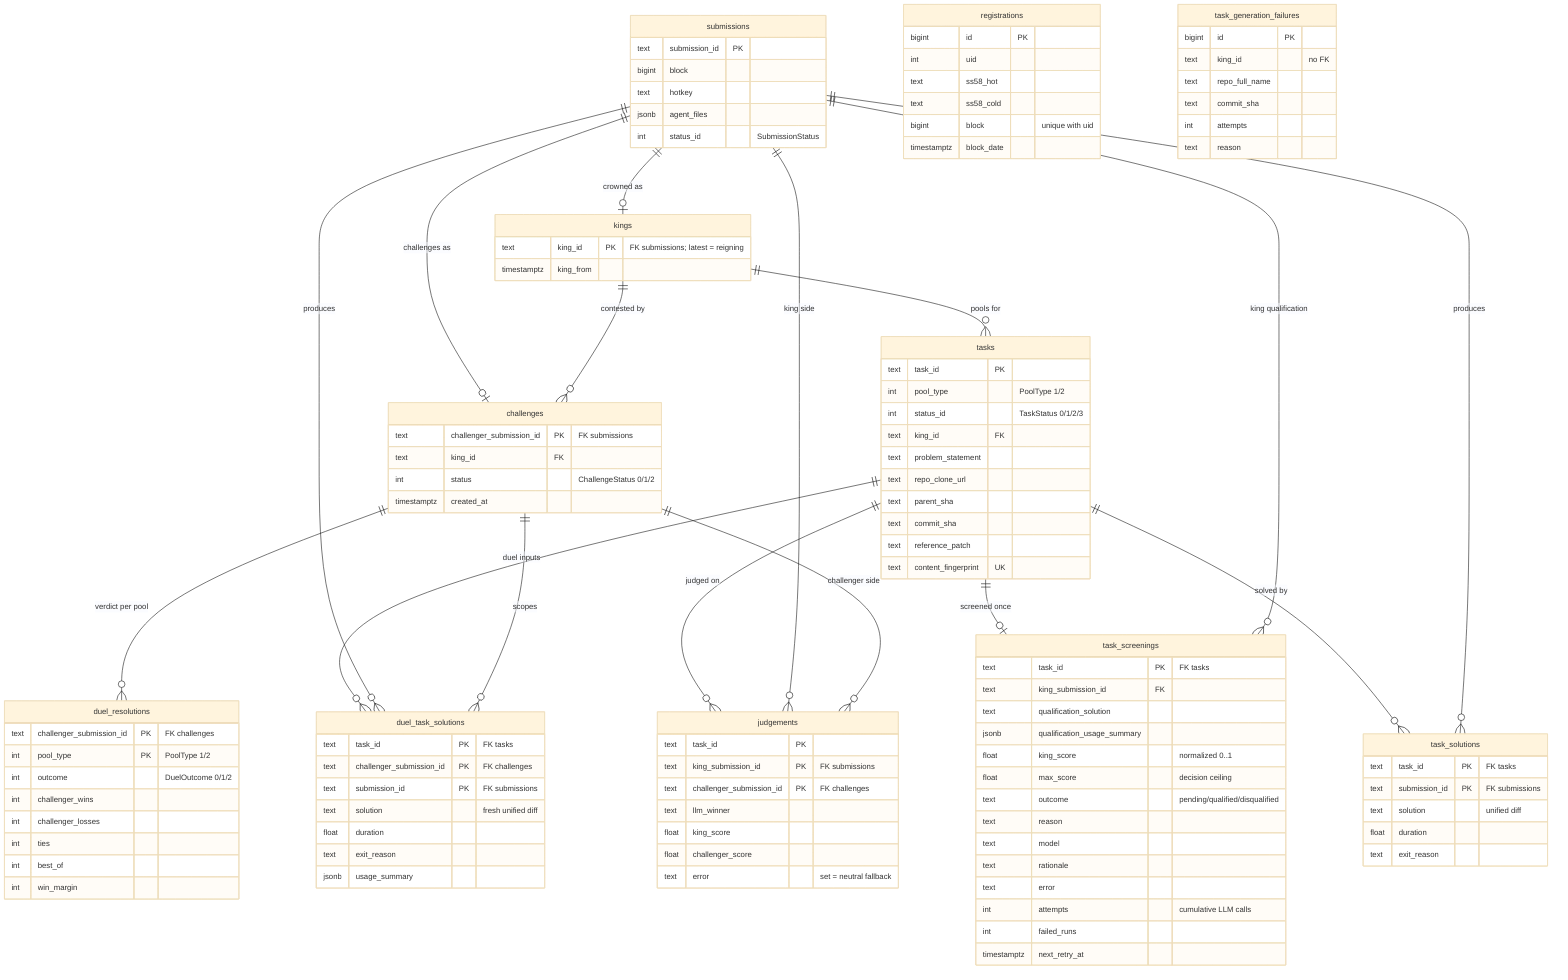
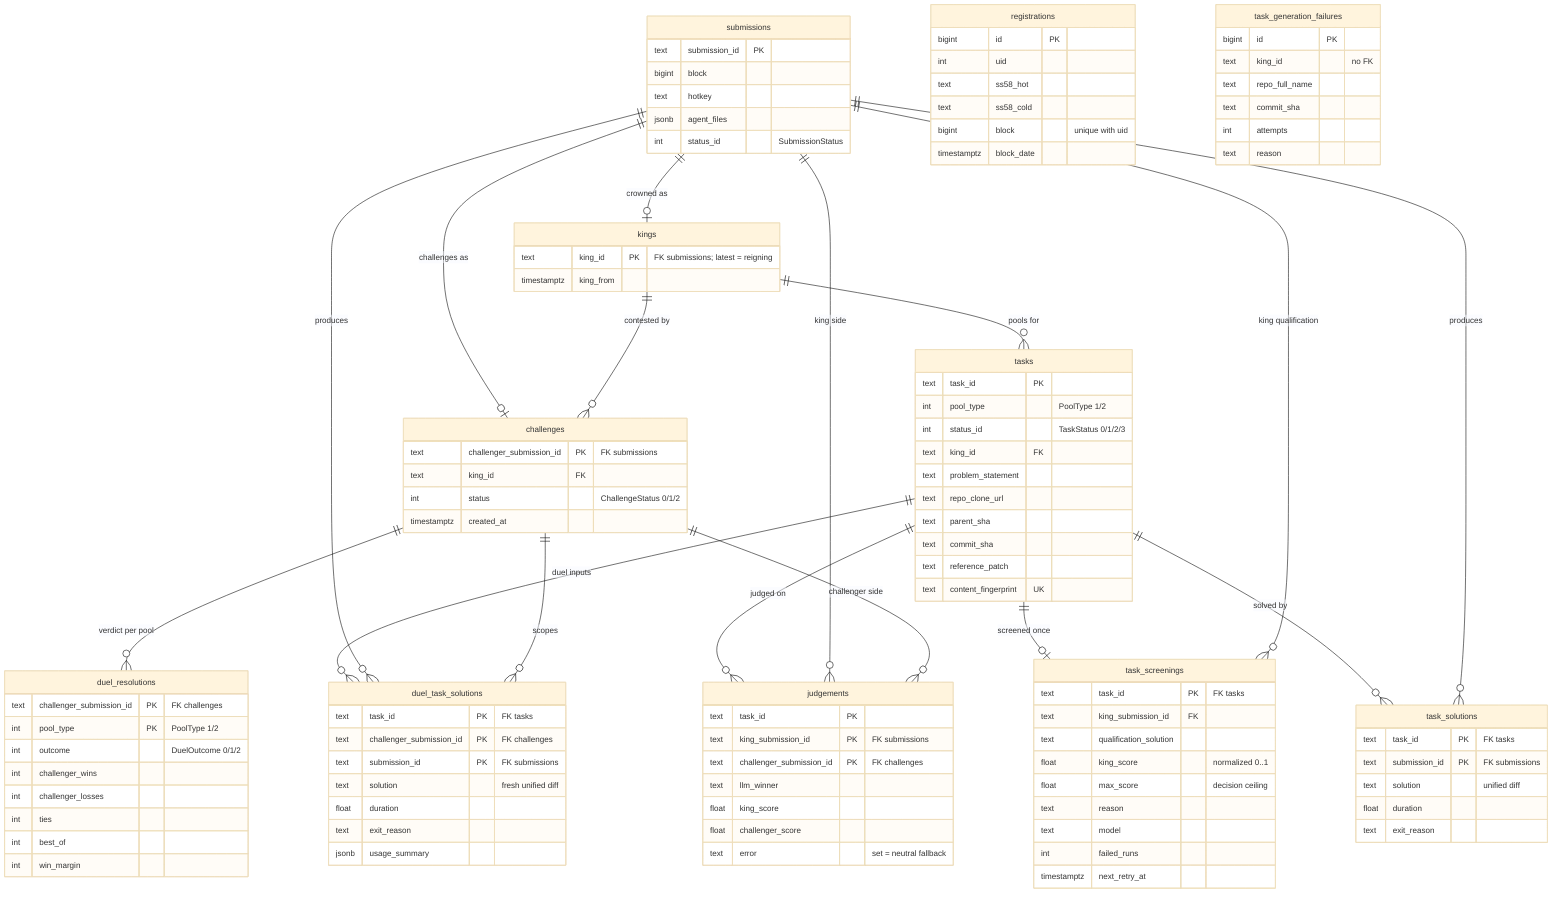
%%{init: {"theme": "base", "themeVariables": {"fontSize": "14px"}}}%%
erDiagram
    submissions ||--o| kings : "crowned as"
    submissions ||--o| challenges : "challenges as"
    kings ||--o{ challenges : "contested by"
    kings ||--o{ tasks : "pools for"
    challenges ||--o{ duel_resolutions : "verdict per pool"
    tasks ||--o| task_screenings : "screened once"
    submissions ||--o{ task_screenings : "king qualification"
    tasks ||--o{ task_solutions : "solved by"
    submissions ||--o{ task_solutions : "produces"
    tasks ||--o{ duel_task_solutions : "duel inputs"
    submissions ||--o{ duel_task_solutions : "produces"
    challenges ||--o{ duel_task_solutions : "scopes"
    tasks ||--o{ judgements : "judged on"
    submissions ||--o{ judgements : "king side"
    challenges ||--o{ judgements : "challenger side"

    submissions {
        text submission_id PK
        bigint block
        text hotkey
        jsonb agent_files
        int status_id "SubmissionStatus"
    }
    kings {
        text king_id PK "FK submissions; latest = reigning"
        timestamptz king_from
    }
    challenges {
        text challenger_submission_id PK "FK submissions"
        text king_id FK
        int status "ChallengeStatus 0/1/2"
        timestamptz created_at
    }
    duel_resolutions {
        text challenger_submission_id PK "FK challenges"
        int pool_type PK "PoolType 1/2"
        int outcome "DuelOutcome 0/1/2"
        int challenger_wins
        int challenger_losses
        int ties
        int best_of
        int win_margin
    }
    tasks {
        text task_id PK
        int pool_type "PoolType 1/2"
        int status_id "TaskStatus 0/1/2/3"
        text king_id FK
        text problem_statement
        text repo_clone_url
        text parent_sha
        text commit_sha
        text reference_patch
        text content_fingerprint UK
    }
    task_screenings {
        text task_id PK "FK tasks"
        text king_submission_id FK
        text qualification_solution
-         jsonb qualification_usage_summary
        float king_score "normalized 0..1"
        float max_score "decision ceiling"
-         text outcome "pending/qualified/disqualified"
        text reason
        text model
-         text rationale
-         text error
-         int attempts "cumulative LLM calls"
        int failed_runs
        timestamptz next_retry_at
    }
    task_solutions {
        text task_id PK "FK tasks"
        text submission_id PK "FK submissions"
        text solution "unified diff"
        float duration
        text exit_reason
    }
    duel_task_solutions {
        text task_id PK "FK tasks"
        text challenger_submission_id PK "FK challenges"
        text submission_id PK "FK submissions"
        text solution "fresh unified diff"
        float duration
        text exit_reason
        jsonb usage_summary
    }
    judgements {
        text task_id PK
        text king_submission_id PK "FK submissions"
        text challenger_submission_id PK "FK challenges"
        text llm_winner
        float king_score
        float challenger_score
        text error "set = neutral fallback"
    }
    registrations {
        bigint id PK
        int uid
        text ss58_hot
        text ss58_cold
        bigint block "unique with uid"
        timestamptz block_date
    }
    task_generation_failures {
        bigint id PK
        text king_id "no FK"
        text repo_full_name
        text commit_sha
        int attempts
        text reason
    }
